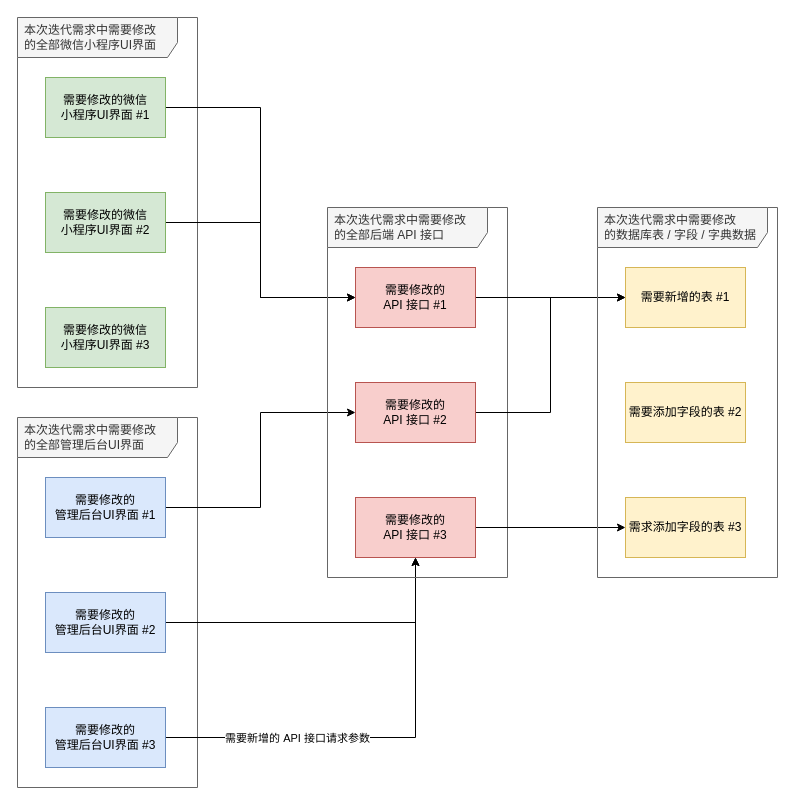
Earlier version of the draw.io diagram 评估需求实现工作量.drawio (SparkLee/draw-io). Source tidied: cells renumbered, new cells numbered last; positions are measured from the earlier drawing's top-left corner, leaving out a move shared by most shapes. Both pictures are drawn from the tidied source at 100%, with x=0, y=0 at pixel (17, 17).
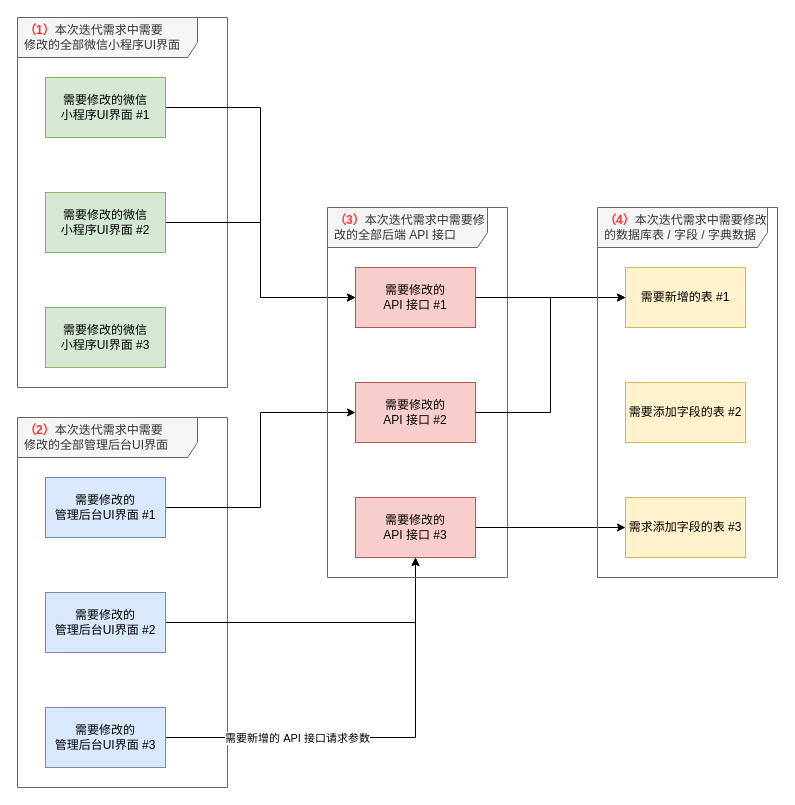
The same diagram, later.

Commit message:
update 评估需求实现工作量.drawio

The edit, as a diff of the source:
```diff
@@
-    <mxCell id="2" value="本次迭代需求中需要修改&lt;br&gt;的全部微信&lt;span style=&quot;text-align: center;&quot;&gt;小程序UI界面&lt;/span&gt;" style="shape=umlFrame;whiteSpace=wrap;html=1;width=160;height=40;boundedLbl=1;verticalAlign=middle;align=left;spacingLeft=5;fillColor=#f5f5f5;strokeColor=#666666;fontColor=#333333;" parent="1" vertex="1">
-      <mxGeometry width="180" height="370" as="geometry" />
+    <mxCell id="2" value="&lt;b&gt;&lt;font color=&quot;#ff3333&quot;&gt;（1）&lt;/font&gt;&lt;/b&gt;本次迭代需求中需要&lt;br&gt;修改的全部微信&lt;span style=&quot;text-align: center;&quot;&gt;小程序UI界面&lt;/span&gt;" style="shape=umlFrame;whiteSpace=wrap;html=1;width=180;height=40;boundedLbl=1;verticalAlign=middle;align=left;spacingLeft=5;fillColor=#f5f5f5;strokeColor=#666666;fontColor=#333333;" parent="1" vertex="1">
+      <mxGeometry width="210" height="370" as="geometry" />
     </mxCell>
@@
-    <mxCell id="8" value="本次迭代需求中需要修改&lt;br&gt;的全部管理后台&lt;span style=&quot;text-align: center;&quot;&gt;UI界面&lt;/span&gt;" style="shape=umlFrame;whiteSpace=wrap;html=1;width=160;height=40;boundedLbl=1;verticalAlign=middle;align=left;spacingLeft=5;fillColor=#f5f5f5;strokeColor=#666666;fontColor=#333333;" parent="1" vertex="1">
-      <mxGeometry y="400" width="180" height="370" as="geometry" />
+    <mxCell id="8" value="&lt;b style=&quot;border-color: var(--border-color);&quot;&gt;&lt;font style=&quot;border-color: var(--border-color);&quot; color=&quot;#ff3333&quot;&gt;（2）&lt;/font&gt;&lt;/b&gt;本次迭代需求中需要&lt;br&gt;修改的全部管理后台&lt;span style=&quot;text-align: center;&quot;&gt;UI界面&lt;/span&gt;" style="shape=umlFrame;whiteSpace=wrap;html=1;width=180;height=40;boundedLbl=1;verticalAlign=middle;align=left;spacingLeft=5;fillColor=#f5f5f5;strokeColor=#666666;fontColor=#333333;" parent="1" vertex="1">
+      <mxGeometry y="400" width="210" height="370" as="geometry" />
     </mxCell>
@@
-    <mxCell id="16" value="本次迭代需求中需要修改&lt;br&gt;的全部后端 API 接口" style="shape=umlFrame;whiteSpace=wrap;html=1;width=160;height=40;boundedLbl=1;verticalAlign=middle;align=left;spacingLeft=5;fillColor=#f5f5f5;strokeColor=#666666;fontColor=#333333;" parent="1" vertex="1">
+    <mxCell id="16" value="&lt;b style=&quot;border-color: var(--border-color);&quot;&gt;&lt;font style=&quot;border-color: var(--border-color);&quot; color=&quot;#ff3333&quot;&gt;（3）&lt;/font&gt;&lt;/b&gt;本次迭代需求中需要修改的全部后端 API 接口" style="shape=umlFrame;whiteSpace=wrap;html=1;width=160;height=40;boundedLbl=1;verticalAlign=middle;align=left;spacingLeft=5;fillColor=#f5f5f5;strokeColor=#666666;fontColor=#333333;" parent="1" vertex="1">
       <mxGeometry x="310" y="190" width="180" height="370" as="geometry" />
     </mxCell>
@@
-    <mxCell id="23" value="本次迭代需求中需要修改&lt;br&gt;的数据库表 / 字段 / 字典数据" style="shape=umlFrame;whiteSpace=wrap;html=1;width=170;height=40;boundedLbl=1;verticalAlign=middle;align=left;spacingLeft=5;fillColor=#f5f5f5;strokeColor=#666666;fontColor=#333333;" parent="1" vertex="1">
+    <mxCell id="23" value="&lt;b style=&quot;border-color: var(--border-color);&quot;&gt;&lt;font style=&quot;border-color: var(--border-color);&quot; color=&quot;#ff3333&quot;&gt;（4）&lt;/font&gt;&lt;/b&gt;本次迭代需求中需要修改&lt;br&gt;的数据库表 / 字段 / 字典数据" style="shape=umlFrame;whiteSpace=wrap;html=1;width=170;height=40;boundedLbl=1;verticalAlign=middle;align=left;spacingLeft=5;fillColor=#f5f5f5;strokeColor=#666666;fontColor=#333333;" parent="1" vertex="1">
       <mxGeometry x="580" y="190" width="180" height="370" as="geometry" />
     </mxCell>
```
